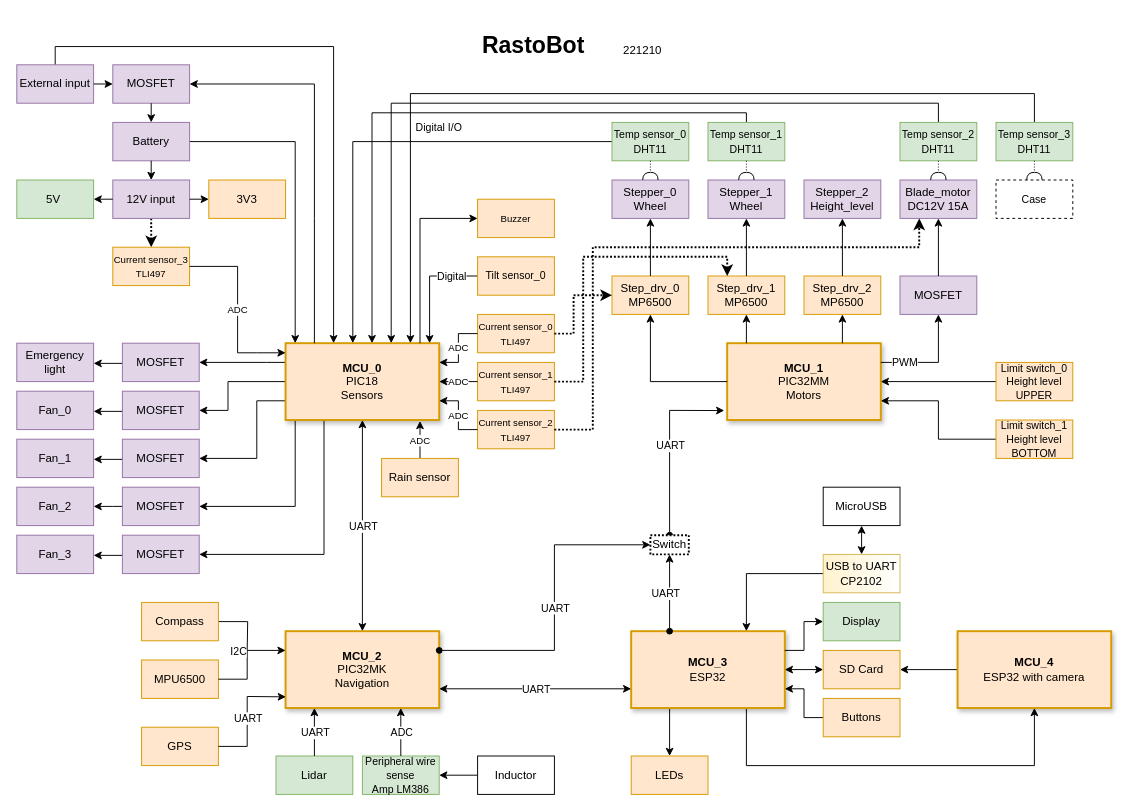
roravec/RastoBot keeps this draw.io diagram as RastoBot.drawio. Above is the earlier version. Source tidied: cells renumbered, new cells numbered last; positions are measured from the earlier drawing's top-left corner, leaving out a move shared by most shapes. Both pictures are drawn from the tidied source at 96%, with x=0, y=0 at pixel (16, 26).
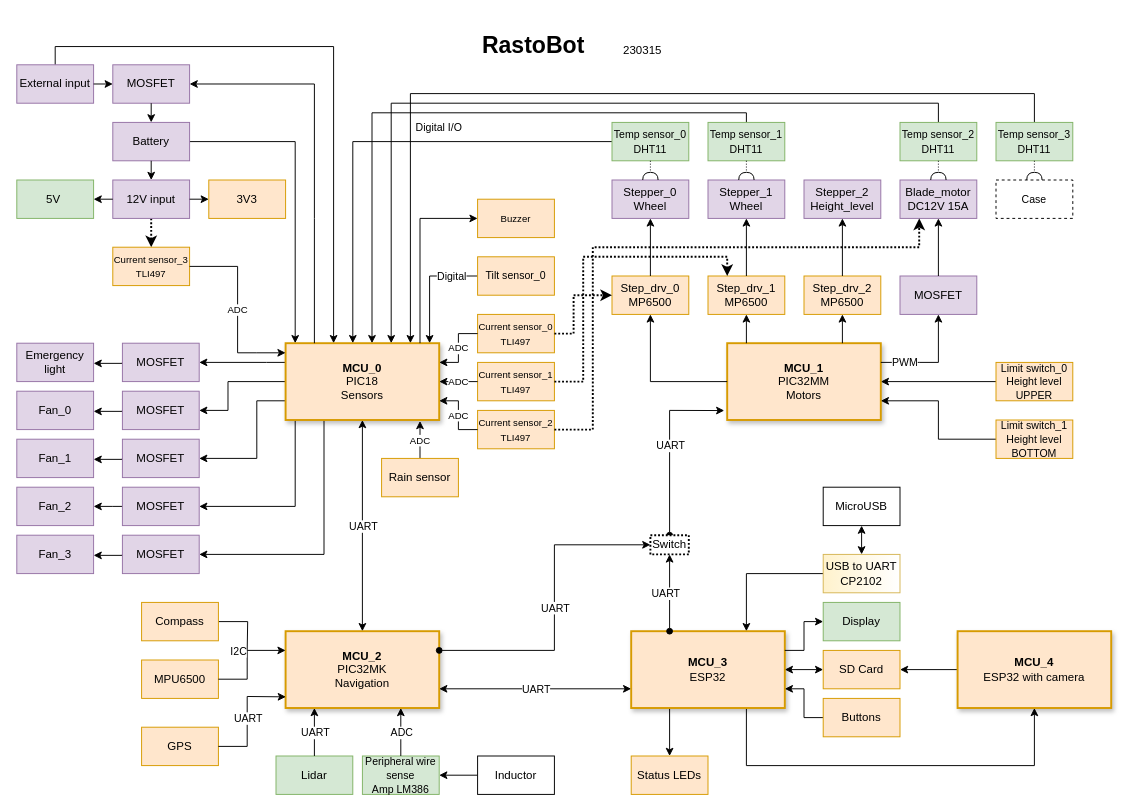
The same diagram, later.

Diff of the diagram source:
```diff
@@
-    <mxCell id="122" value="LEDs" style="rounded=0;whiteSpace=wrap;html=1;fillColor=#ffe6cc;strokeColor=#d79b00;" parent="1" vertex="1">
+    <mxCell id="122" value="Status LEDs" style="rounded=0;whiteSpace=wrap;html=1;fillColor=#ffe6cc;strokeColor=#d79b00;" parent="1" vertex="1">
       <mxGeometry x="640" y="760" width="80" height="40" as="geometry" />
     </mxCell>
@@
-    <mxCell id="129" value="221210" style="text;whiteSpace=wrap;html=1;" parent="1" vertex="1">
+    <mxCell id="129" value="230315" style="text;whiteSpace=wrap;html=1;" parent="1" vertex="1">
       <mxGeometry x="630" y="11" width="90" height="29" as="geometry" />
     </mxCell>
```
